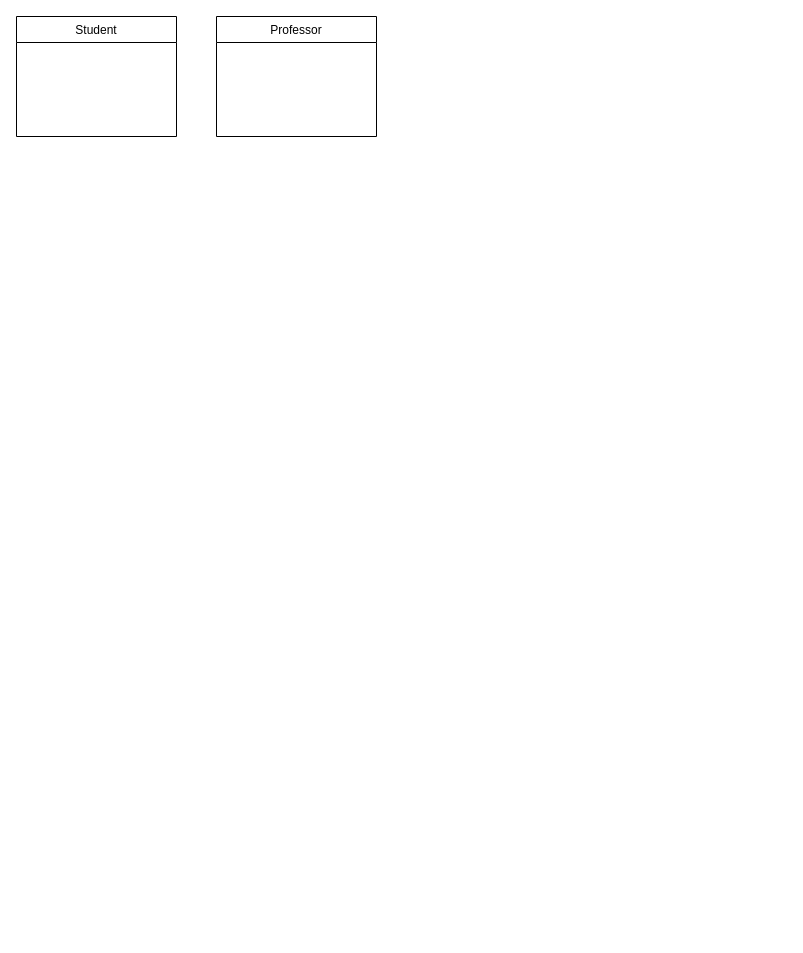
Mensurui/shiny-barnacle keeps this draw.io diagram as SchoolManagementTableDraft.drawio. Above is the earlier version. Source tidied: cells renumbered, new cells numbered last; positions are measured from the earlier drawing's top-left corner, leaving out a move shared by most shapes. Both pictures are drawn from the tidied source at 100%, with x=0, y=0 at pixel (16, 16).
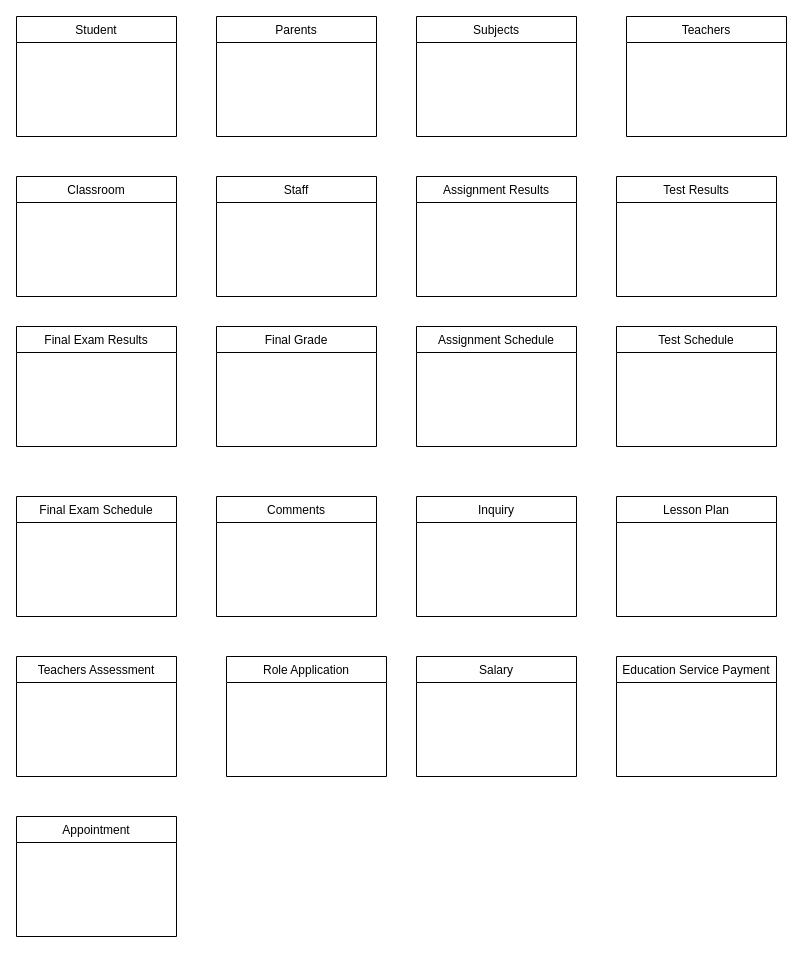
Above is the later version.

Change to the diagram source:
```diff
@@
-    <mxCell id="3" value="Professor" style="swimlane;fontStyle=0;align=center;verticalAlign=top;horizontal=1;startSize=26;rounded=0;shadow=0;strokeWidth=1;" parent="1" vertex="1">
+    <mxCell id="3" value="Parents" style="swimlane;fontStyle=0;align=center;verticalAlign=top;horizontal=1;startSize=26;rounded=0;shadow=0;strokeWidth=1;" parent="1" vertex="1">
       <mxGeometry x="200" width="160" height="120" as="geometry" />
     </mxCell>
+    <mxCell id="4" value="Subjects" style="swimlane;fontStyle=0;align=center;verticalAlign=top;horizontal=1;startSize=26;rounded=0;shadow=0;strokeWidth=1;" parent="1" vertex="1">
+      <mxGeometry x="400" width="160" height="120" as="geometry" />
+    </mxCell>
+    <mxCell id="5" value="Teachers" style="swimlane;fontStyle=0;align=center;verticalAlign=top;horizontal=1;startSize=26;rounded=0;shadow=0;strokeWidth=1;" parent="1" vertex="1">
+      <mxGeometry x="610" width="160" height="120" as="geometry" />
+    </mxCell>
+    <mxCell id="6" value="Classroom" style="swimlane;fontStyle=0;align=center;verticalAlign=top;horizontal=1;startSize=26;rounded=0;shadow=0;strokeWidth=1;" parent="1" vertex="1">
+      <mxGeometry y="160" width="160" height="120" as="geometry" />
+    </mxCell>
+    <mxCell id="7" value="Staff" style="swimlane;fontStyle=0;align=center;verticalAlign=top;horizontal=1;startSize=26;rounded=0;shadow=0;strokeWidth=1;" parent="1" vertex="1">
+      <mxGeometry x="200" y="160" width="160" height="120" as="geometry" />
+    </mxCell>
+    <mxCell id="8" value="Assignment Results" style="swimlane;fontStyle=0;align=center;verticalAlign=top;horizontal=1;startSize=26;rounded=0;shadow=0;strokeWidth=1;" parent="1" vertex="1">
+      <mxGeometry x="400" y="160" width="160" height="120" as="geometry" />
+    </mxCell>
+    <mxCell id="9" value="Test Results" style="swimlane;fontStyle=0;align=center;verticalAlign=top;horizontal=1;startSize=26;rounded=0;shadow=0;strokeWidth=1;" parent="1" vertex="1">
+      <mxGeometry x="600" y="160" width="160" height="120" as="geometry" />
+    </mxCell>
+    <mxCell id="10" value="Final Exam Results" style="swimlane;fontStyle=0;align=center;verticalAlign=top;horizontal=1;startSize=26;rounded=0;shadow=0;strokeWidth=1;" parent="1" vertex="1">
+      <mxGeometry y="310" width="160" height="120" as="geometry" />
+    </mxCell>
+    <mxCell id="11" value="Final Grade" style="swimlane;fontStyle=0;align=center;verticalAlign=top;horizontal=1;startSize=26;rounded=0;shadow=0;strokeWidth=1;" parent="1" vertex="1">
+      <mxGeometry x="200" y="310" width="160" height="120" as="geometry" />
+    </mxCell>
+    <mxCell id="12" value="Assignment Schedule" style="swimlane;fontStyle=0;align=center;verticalAlign=top;horizontal=1;startSize=26;rounded=0;shadow=0;strokeWidth=1;" parent="1" vertex="1">
+      <mxGeometry x="400" y="310" width="160" height="120" as="geometry" />
+    </mxCell>
+    <mxCell id="13" value="Test Schedule" style="swimlane;fontStyle=0;align=center;verticalAlign=top;horizontal=1;startSize=26;rounded=0;shadow=0;strokeWidth=1;" parent="1" vertex="1">
+      <mxGeometry x="600" y="310" width="160" height="120" as="geometry" />
+    </mxCell>
+    <mxCell id="14" value="Final Exam Schedule" style="swimlane;fontStyle=0;align=center;verticalAlign=top;horizontal=1;startSize=26;rounded=0;shadow=0;strokeWidth=1;" parent="1" vertex="1">
+      <mxGeometry y="480" width="160" height="120" as="geometry" />
+    </mxCell>
+    <mxCell id="15" value="Comments" style="swimlane;fontStyle=0;align=center;verticalAlign=top;horizontal=1;startSize=26;rounded=0;shadow=0;strokeWidth=1;" parent="1" vertex="1">
+      <mxGeometry x="200" y="480" width="160" height="120" as="geometry" />
+    </mxCell>
+    <mxCell id="16" value="Inquiry" style="swimlane;fontStyle=0;align=center;verticalAlign=top;horizontal=1;startSize=26;rounded=0;shadow=0;strokeWidth=1;" parent="1" vertex="1">
+      <mxGeometry x="400" y="480" width="160" height="120" as="geometry" />
+    </mxCell>
+    <mxCell id="17" value="Lesson Plan" style="swimlane;fontStyle=0;align=center;verticalAlign=top;horizontal=1;startSize=26;rounded=0;shadow=0;strokeWidth=1;" parent="1" vertex="1">
+      <mxGeometry x="600" y="480" width="160" height="120" as="geometry" />
+    </mxCell>
+    <mxCell id="18" value="Teachers Assessment" style="swimlane;fontStyle=0;align=center;verticalAlign=top;horizontal=1;startSize=26;rounded=0;shadow=0;strokeWidth=1;" parent="1" vertex="1">
+      <mxGeometry y="640" width="160" height="120" as="geometry" />
+    </mxCell>
+    <mxCell id="19" value="Role Application" style="swimlane;fontStyle=0;align=center;verticalAlign=top;horizontal=1;startSize=26;rounded=0;shadow=0;strokeWidth=1;" parent="1" vertex="1">
+      <mxGeometry x="210" y="640" width="160" height="120" as="geometry" />
+    </mxCell>
+    <mxCell id="20" value="Salary" style="swimlane;fontStyle=0;align=center;verticalAlign=top;horizontal=1;startSize=26;rounded=0;shadow=0;strokeWidth=1;" parent="1" vertex="1">
+      <mxGeometry x="400" y="640" width="160" height="120" as="geometry" />
+    </mxCell>
+    <mxCell id="21" value="Education Service Payment" style="swimlane;fontStyle=0;align=center;verticalAlign=top;horizontal=1;startSize=26;rounded=0;shadow=0;strokeWidth=1;" parent="1" vertex="1">
+      <mxGeometry x="600" y="640" width="160" height="120" as="geometry" />
+    </mxCell>
+    <mxCell id="22" value="Appointment" style="swimlane;fontStyle=0;align=center;verticalAlign=top;horizontal=1;startSize=26;rounded=0;shadow=0;strokeWidth=1;" parent="1" vertex="1">
+      <mxGeometry y="800" width="160" height="120" as="geometry" />
+    </mxCell>
```
